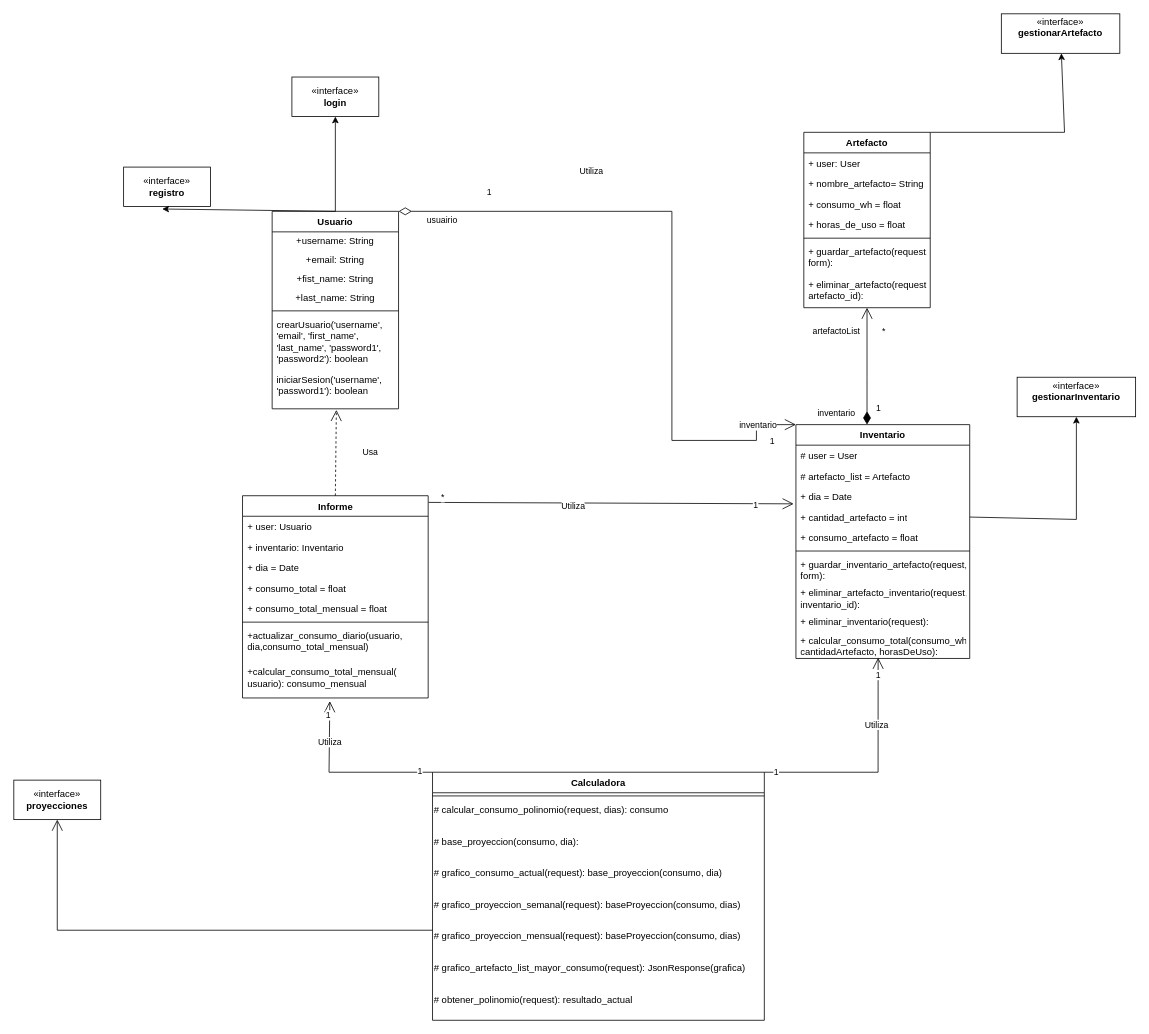
This is consumoEnergia.drawio from SantiagoTamayo2002/UML, a draw.io file, before an edit. Source tidied: cells renumbered, new cells numbered last; positions are measured from the earlier drawing's top-left corner, leaving out a move shared by most shapes. Both pictures are drawn from the tidied source at 79%, with x=0, y=0 at pixel (13, 13).
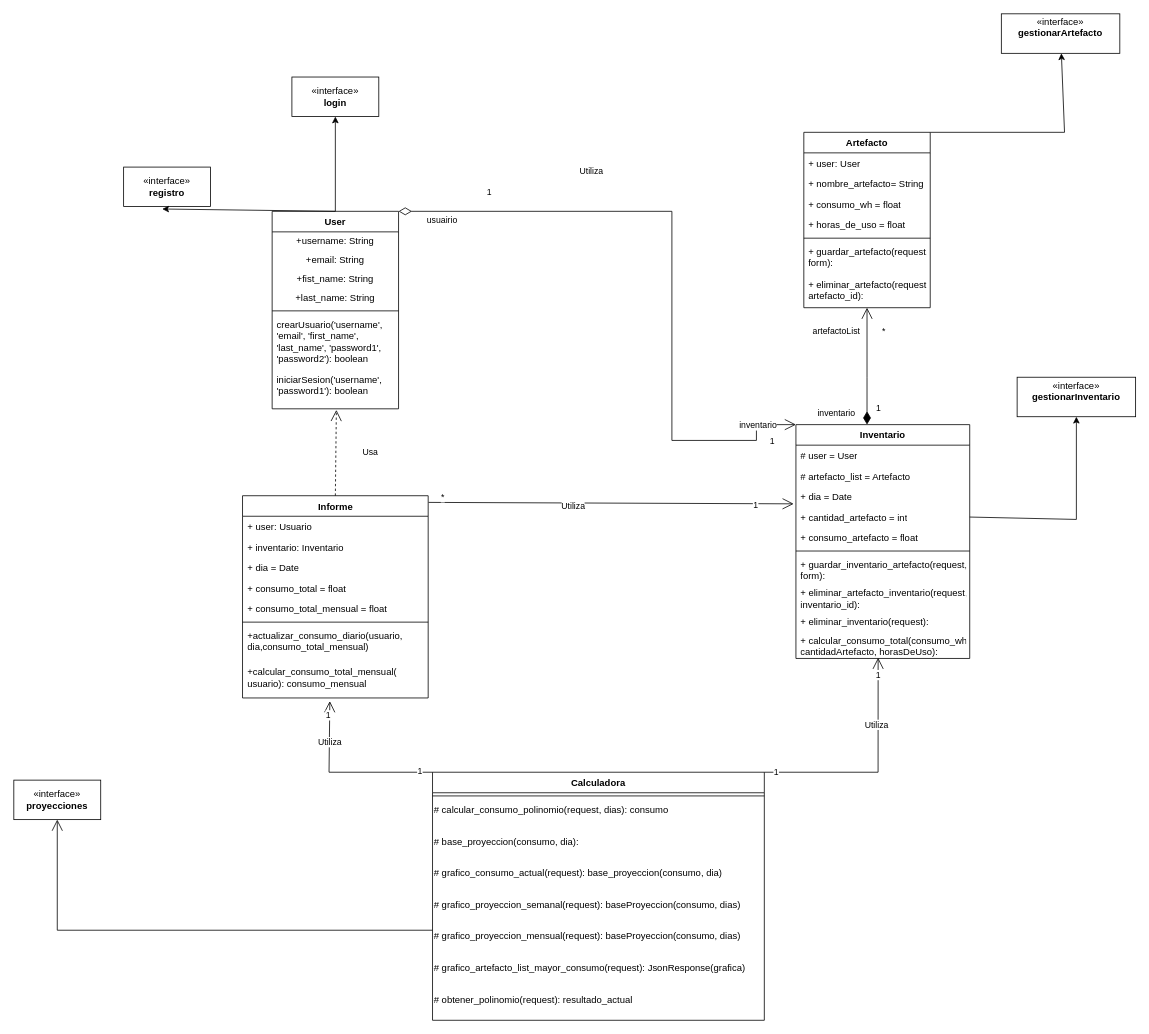
After the change.

What changed in the source:
```diff
@@
-    <mxCell id="2" value="Usuario" style="swimlane;fontStyle=1;align=center;verticalAlign=top;horizontal=1;startSize=26;whiteSpace=wrap;html=1;" parent="1" vertex="1">
+    <mxCell id="2" value="User" style="swimlane;fontStyle=1;align=center;verticalAlign=top;horizontal=1;startSize=26;whiteSpace=wrap;html=1;" parent="1" vertex="1">
       <mxGeometry x="327" y="250" width="160" height="250" as="geometry" />
     </mxCell>
```
